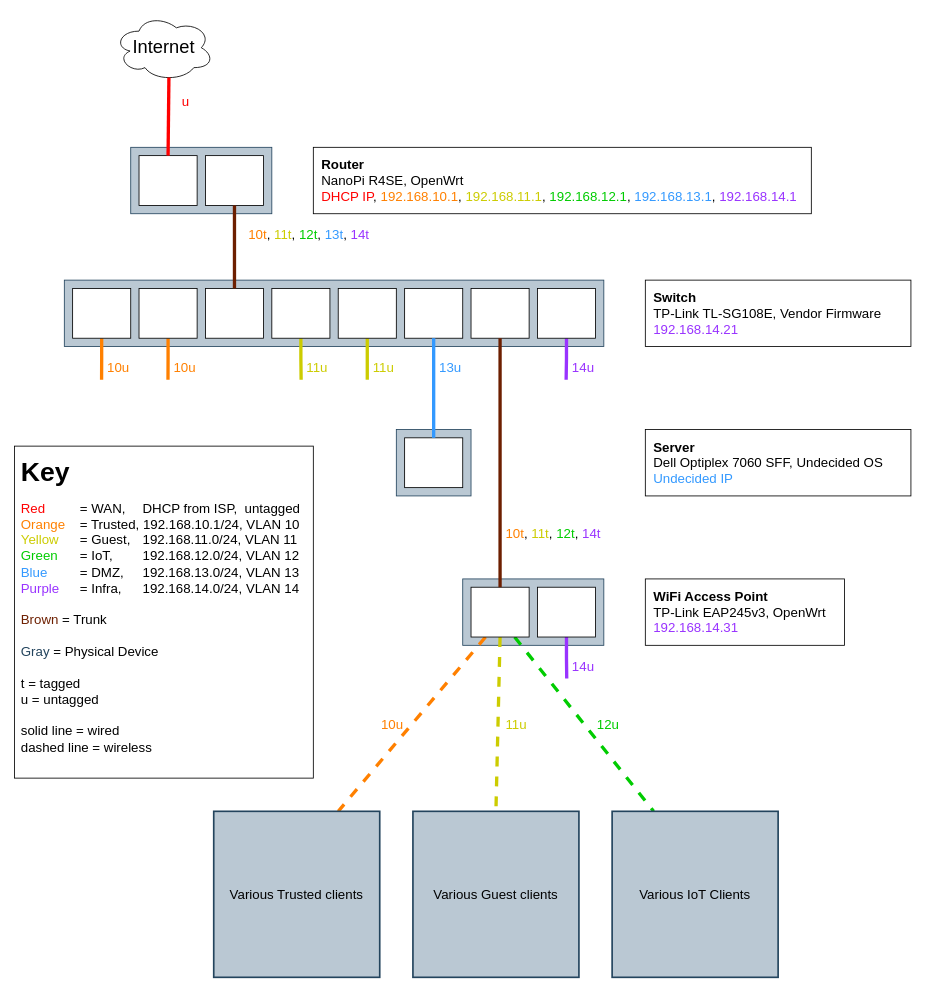
This is home-network.drawio from kwesthaus/network-config, a draw.io file, before an edit. Source tidied: cells renumbered, new cells numbered last; positions are measured from the earlier drawing's top-left corner, leaving out a move shared by most shapes. Both pictures are drawn from the tidied source at 83%, with x=0, y=0 at pixel (14, 14).
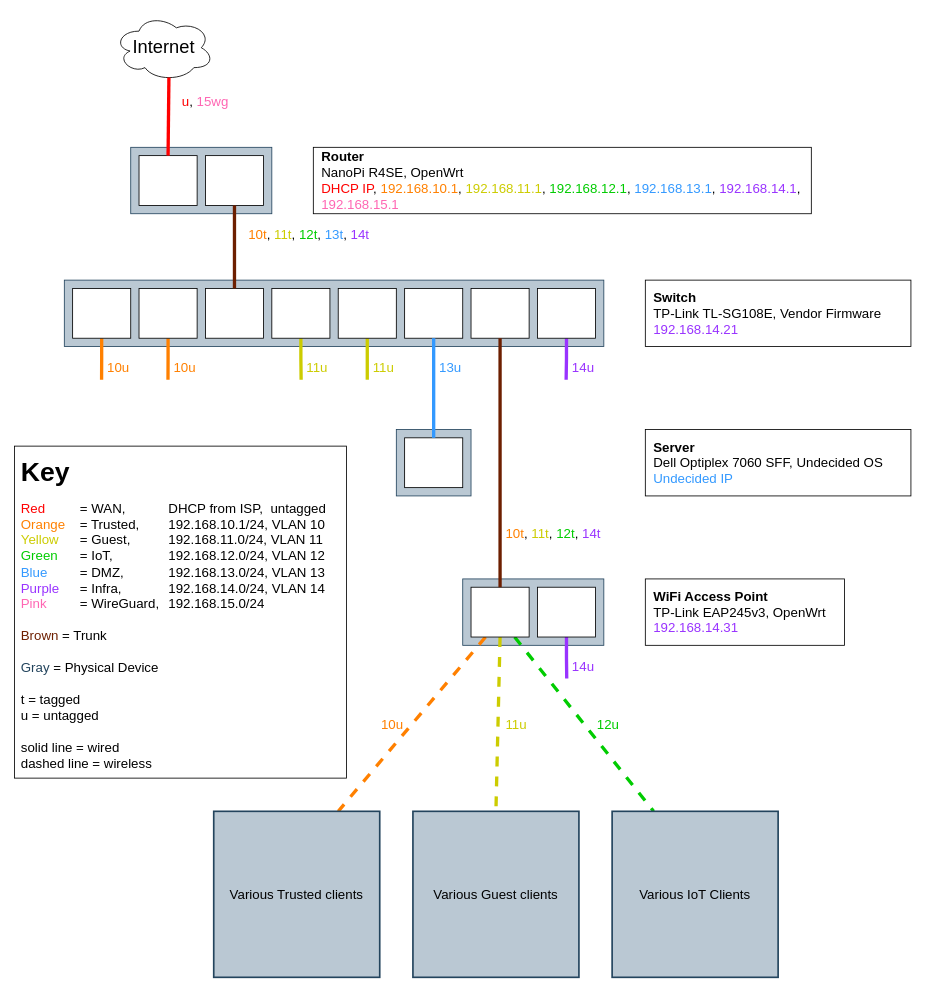
The same diagram, later.

Commit message (it also covers changes not shown here):
docs: Add wireguard to network layout diagram

Diff of the diagram source:
```diff
@@
-    <mxCell id="2" value="&lt;font style=&quot;font-size: 16px; line-height: 1.2;&quot;&gt;&lt;b style=&quot;font-size: 16px;&quot;&gt;Router&lt;br style=&quot;font-size: 16px;&quot;&gt;&lt;/b&gt;NanoPi R4SE, OpenWrt&lt;br style=&quot;font-size: 16px;&quot;&gt;&lt;font color=&quot;#ff0000&quot; style=&quot;font-size: 16px;&quot;&gt;DHCP IP&lt;/font&gt;,&amp;nbsp;&lt;font color=&quot;#ff8000&quot; style=&quot;font-size: 16px;&quot;&gt;192.168.10.1&lt;/font&gt;, &lt;font color=&quot;#cccc00&quot; style=&quot;font-size: 16px;&quot;&gt;192.168.11.1&lt;/font&gt;, &lt;font color=&quot;#00cc00&quot; style=&quot;font-size: 16px;&quot;&gt;192.168.12.1&lt;/font&gt;, &lt;font color=&quot;#3399ff&quot; style=&quot;font-size: 16px;&quot;&gt;192.168.13.1&lt;/font&gt;, &lt;font color=&quot;#9933ff&quot; style=&quot;font-size: 16px;&quot;&gt;192.168.14.1&lt;/font&gt;&lt;br style=&quot;font-size: 16px;&quot;&gt;&lt;/font&gt;" style="rounded=0;whiteSpace=wrap;html=1;fontSize=16;align=left;verticalAlign=middle;spacing=0;spacingLeft=10;" parent="1" vertex="1">
+    <mxCell id="2" value="&lt;font style=&quot;font-size: 16px; line-height: 1.2;&quot;&gt;&lt;b style=&quot;font-size: 16px;&quot;&gt;Router&lt;br style=&quot;font-size: 16px;&quot;&gt;&lt;/b&gt;NanoPi R4SE, OpenWrt&lt;br style=&quot;font-size: 16px;&quot;&gt;&lt;font color=&quot;#ff0000&quot; style=&quot;font-size: 16px;&quot;&gt;DHCP IP&lt;/font&gt;,&amp;nbsp;&lt;font color=&quot;#ff8000&quot; style=&quot;font-size: 16px;&quot;&gt;192.168.10.1&lt;/font&gt;, &lt;font color=&quot;#cccc00&quot; style=&quot;font-size: 16px;&quot;&gt;192.168.11.1&lt;/font&gt;, &lt;font color=&quot;#00cc00&quot; style=&quot;font-size: 16px;&quot;&gt;192.168.12.1&lt;/font&gt;, &lt;font color=&quot;#3399ff&quot; style=&quot;font-size: 16px;&quot;&gt;192.168.13.1&lt;/font&gt;, &lt;font color=&quot;#9933ff&quot; style=&quot;font-size: 16px;&quot;&gt;192.168.14.1&lt;/font&gt;&lt;font style=&quot;font-size: 16px;&quot;&gt;,&lt;/font&gt;&lt;font color=&quot;#9933ff&quot; style=&quot;font-size: 16px;&quot;&gt; &lt;/font&gt;&lt;font color=&quot;#ff66b3&quot; style=&quot;font-size: 16px;&quot;&gt;192.168.15.1&lt;/font&gt;&lt;br style=&quot;font-size: 16px;&quot;&gt;&lt;/font&gt;" style="rounded=0;whiteSpace=wrap;html=1;fontSize=16;align=left;verticalAlign=middle;spacing=0;spacingLeft=10;" parent="1" vertex="1">
       <mxGeometry x="360" y="160" width="600" height="80" as="geometry" />
     </mxCell>
@@
-    <mxCell id="41" value="u" style="text;html=1;align=left;verticalAlign=middle;strokeColor=none;fillColor=none;fontSize=16;fontColor=#FF0000;" parent="1" vertex="1">
-      <mxGeometry x="200" y="90" width="30" height="30" as="geometry" />
+    <mxCell id="41" value="u&lt;font color=&quot;#000000&quot;&gt;,&lt;/font&gt; &lt;font color=&quot;#ff66b3&quot;&gt;15wg&lt;/font&gt;" style="text;html=1;align=left;verticalAlign=middle;strokeColor=none;fillColor=none;fontSize=16;fontColor=#FF0000;" parent="1" vertex="1">
+      <mxGeometry x="200" y="90" width="80" height="30" as="geometry" />
     </mxCell>
@@
-    <mxCell id="53" value="&lt;font size=&quot;1&quot; style=&quot;&quot;&gt;&lt;b style=&quot;font-size: 32px;&quot;&gt;Key&lt;/b&gt;&lt;/font&gt;&lt;br&gt;&lt;br&gt;&lt;font style=&quot;font-size: 16px;&quot;&gt;&lt;font style=&quot;font-size: 16px;&quot; color=&quot;#ff0000&quot;&gt;Red&lt;/font&gt; &lt;span style=&quot;white-space: pre;&quot;&gt;&#9;&lt;/span&gt;= WAN,&lt;span style=&quot;white-space: pre;&quot;&gt;&#9;&lt;/span&gt;&amp;nbsp;DHCP from ISP,&amp;nbsp; untagged&lt;br&gt;&lt;font style=&quot;font-size: 16px;&quot; color=&quot;#ff8000&quot;&gt;Orange&lt;/font&gt; &lt;span style=&quot;white-space: pre;&quot;&gt;&#9;&lt;/span&gt;= Trusted, 192.168.10.1/24, VLAN 10&lt;br&gt;&lt;font style=&quot;font-size: 16px;&quot; color=&quot;#cccc00&quot;&gt;Yellow&lt;/font&gt; &lt;span style=&quot;white-space: pre;&quot;&gt;&#9;&lt;/span&gt;= Guest,&lt;span style=&quot;white-space: pre;&quot;&gt;&#9;&lt;/span&gt;&amp;nbsp;192.168.11.0/24, VLAN 11&lt;br&gt;&lt;font style=&quot;font-size: 16px;&quot; color=&quot;#00cc00&quot;&gt;Green&lt;/font&gt; &lt;span style=&quot;white-space: pre;&quot;&gt;&#9;&lt;/span&gt;= IoT,&lt;span style=&quot;white-space: pre;&quot;&gt;&#9;&lt;/span&gt; 192.168.12.0/24, VLAN 12&lt;br&gt;&lt;font style=&quot;font-size: 16px;&quot; color=&quot;#3399ff&quot;&gt;Blue&lt;/font&gt; &lt;span style=&quot;white-space: pre;&quot;&gt;&#9;&lt;/span&gt;= DMZ,&lt;span style=&quot;white-space: pre;&quot;&gt;&#9;&lt;/span&gt; 192.168.13.0/24, VLAN 13&lt;br&gt;&lt;font style=&quot;font-size: 16px;&quot; color=&quot;#9933ff&quot;&gt;Purple&lt;/font&gt; &lt;span style=&quot;white-space: pre;&quot;&gt;&#9;&lt;/span&gt;= Infra,&lt;span style=&quot;white-space: pre;&quot;&gt;&#9;&lt;/span&gt; 192.168.14.0/24, VLAN 14&lt;br&gt;&lt;br&gt;&lt;font style=&quot;font-size: 16px;&quot; color=&quot;#6d1f00&quot;&gt;Brown&lt;/font&gt; = Trunk&lt;br&gt;&lt;br&gt;&lt;font style=&quot;font-size: 16px;&quot; color=&quot;#23445d&quot;&gt;Gray&lt;/font&gt; = Physical Device&lt;br&gt;&lt;br&gt;t = tagged&lt;br&gt;u = untagged&lt;br&gt;&lt;br&gt;solid line = wired&lt;br&gt;dashed line = wireless&lt;br&gt;&lt;/font&gt;" style="rounded=0;whiteSpace=wrap;html=1;align=left;verticalAlign=top;spacing=8;" parent="1" vertex="1">
-      <mxGeometry y="520" width="360" height="400" as="geometry" />
+    <mxCell id="53" value="&lt;font size=&quot;1&quot; style=&quot;&quot;&gt;&lt;b style=&quot;font-size: 32px;&quot;&gt;Key&lt;/b&gt;&lt;/font&gt;&lt;br&gt;&lt;br&gt;&lt;font style=&quot;font-size: 16px;&quot;&gt;&lt;font style=&quot;font-size: 16px;&quot; color=&quot;#ff0000&quot;&gt;Red&lt;/font&gt; &lt;span style=&quot;white-space: pre;&quot;&gt;&#9;&lt;/span&gt;= WAN,&lt;span style=&quot;white-space: pre;&quot;&gt;&#9;&lt;/span&gt;&lt;span style=&quot;white-space: pre;&quot;&gt;&#9;&lt;/span&gt;DHCP from ISP,&amp;nbsp; untagged&lt;br&gt;&lt;font style=&quot;font-size: 16px;&quot; color=&quot;#ff8000&quot;&gt;Orange&lt;/font&gt; &lt;span style=&quot;white-space: pre;&quot;&gt;&#9;&lt;/span&gt;= Trusted,&lt;span style=&quot;white-space: pre;&quot;&gt;&#9;&lt;/span&gt;192.168.10.1/24, VLAN 10&lt;br&gt;&lt;font style=&quot;font-size: 16px;&quot; color=&quot;#cccc00&quot;&gt;Yellow&lt;/font&gt; &lt;span style=&quot;white-space: pre;&quot;&gt;&#9;&lt;/span&gt;= Guest,&lt;span style=&quot;white-space: pre;&quot;&gt;&#9;&lt;/span&gt;&lt;span style=&quot;white-space: pre;&quot;&gt;&#9;&lt;/span&gt;192.168.11.0/24, VLAN 11&lt;br&gt;&lt;font style=&quot;font-size: 16px;&quot; color=&quot;#00cc00&quot;&gt;Green&lt;/font&gt; &lt;span style=&quot;white-space: pre;&quot;&gt;&#9;&lt;/span&gt;= IoT,&lt;span style=&quot;white-space: pre;&quot;&gt;&#9;&lt;/span&gt;&lt;span style=&quot;white-space: pre;&quot;&gt;&#9;&lt;/span&gt;192.168.12.0/24, VLAN 12&lt;br&gt;&lt;font style=&quot;font-size: 16px;&quot; color=&quot;#3399ff&quot;&gt;Blue&lt;/font&gt; &lt;span style=&quot;white-space: pre;&quot;&gt;&#9;&lt;/span&gt;= DMZ,&lt;span style=&quot;white-space: pre;&quot;&gt;&#9;&lt;/span&gt;&lt;span style=&quot;white-space: pre;&quot;&gt;&#9;&lt;/span&gt;192.168.13.0/24, VLAN 13&lt;br&gt;&lt;font style=&quot;font-size: 16px;&quot; color=&quot;#9933ff&quot;&gt;Purple&lt;/font&gt; &lt;span style=&quot;white-space: pre;&quot;&gt;&#9;&lt;/span&gt;= Infra,&lt;span style=&quot;white-space: pre;&quot;&gt;&#9;&lt;/span&gt;&lt;span style=&quot;white-space: pre;&quot;&gt;&#9;&lt;/span&gt;192.168.14.0/24, VLAN 14&lt;br&gt;&lt;font color=&quot;#ff66b3&quot;&gt;Pink&lt;/font&gt;&lt;span style=&quot;white-space: pre;&quot;&gt;&#9;&lt;/span&gt;&lt;span style=&quot;white-space: pre;&quot;&gt;&#9;&lt;/span&gt;= WireGuard,&lt;span style=&quot;white-space: pre;&quot;&gt;&#9;&lt;/span&gt;192.168.15.0/24&lt;br&gt;&lt;br&gt;&lt;font style=&quot;font-size: 16px;&quot; color=&quot;#6d1f00&quot;&gt;Brown&lt;/font&gt; = Trunk&lt;br&gt;&lt;br&gt;&lt;font style=&quot;font-size: 16px;&quot; color=&quot;#23445d&quot;&gt;Gray&lt;/font&gt; = Physical Device&lt;br&gt;&lt;br&gt;t = tagged&lt;br&gt;u = untagged&lt;br&gt;&lt;br&gt;solid line = wired&lt;br&gt;dashed line = wireless&lt;br&gt;&lt;/font&gt;" style="rounded=0;whiteSpace=wrap;html=1;align=left;verticalAlign=top;spacing=8;" parent="1" vertex="1">
+      <mxGeometry y="520" width="400" height="400" as="geometry" />
     </mxCell>
```
